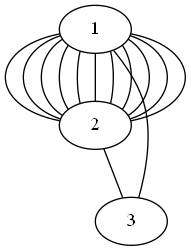
The Graphviz diagram dz4/graph1.png in Whatislove00/Dz2, before a commit. Its source is kept beside it as dz4/graph1.dot.
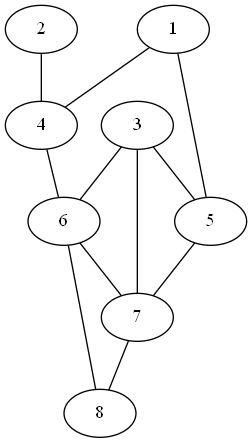
After the commit.

Diff of the diagram source:
```diff
@@ -2,17 +2,20 @@
 1;
 2;
 3;
-1 -- 2;
-1 -- 2;
-1 -- 2;
-1 -- 2;
-1 -- 2;
-1 -- 2;
-1 -- 2;
-1 -- 2;
-1 -- 2;
-1 -- 2;
-1 -- 2;
-1 -- 3;
-2 -- 3;
+4;
+5;
+6;
+7;
+8;
+1 -- 4;
+1 -- 5;
+2 -- 4;
+3 -- 5;
+3 -- 6;
+3 -- 7;
+4 -- 6;
+5 -- 7;
+6 -- 7;
+6 -- 8;
+7 -- 8;
 }
```
